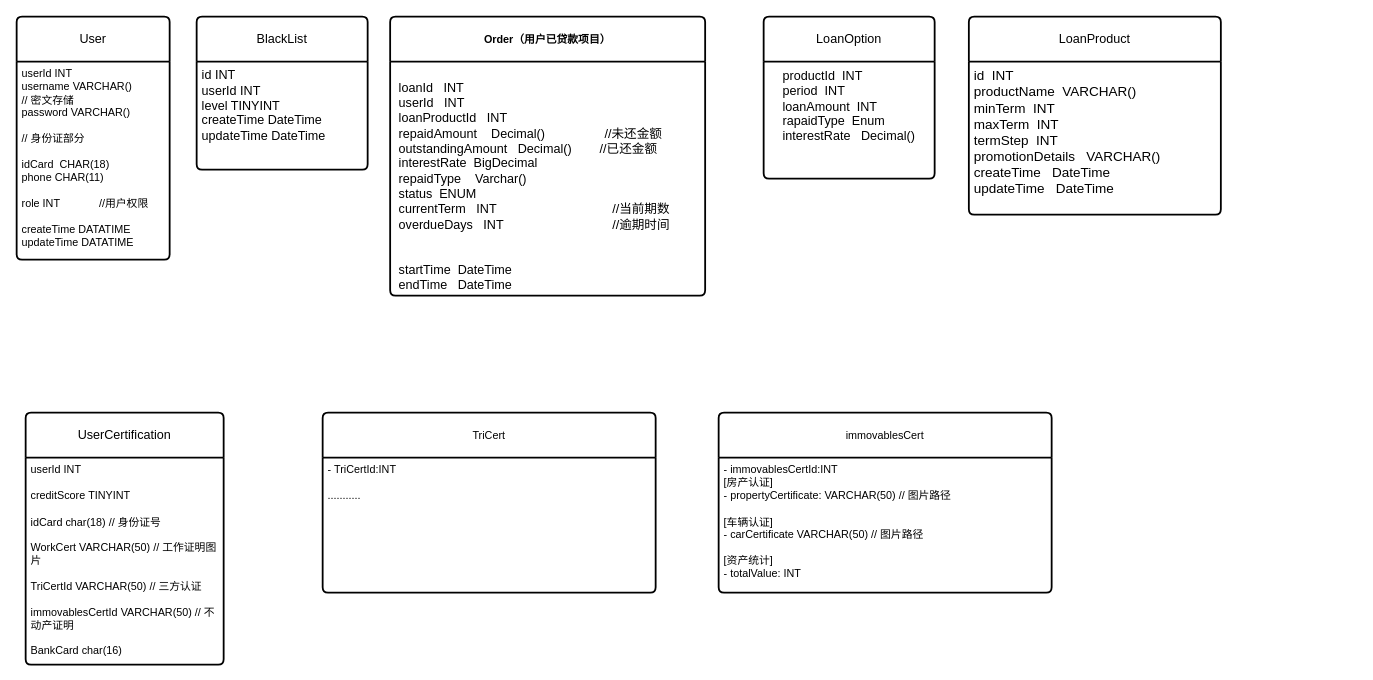
The draw.io diagram 需求分析/数据库图.drawio in syntheticfeather/Conpre_object, before the edit. Source tidied: cells renumbered, new cells numbered last; positions are measured from the earlier drawing's top-left corner, leaving out a move shared by most shapes. Both pictures are drawn from the tidied source at 90%, with x=0, y=0 at pixel (16, 16).
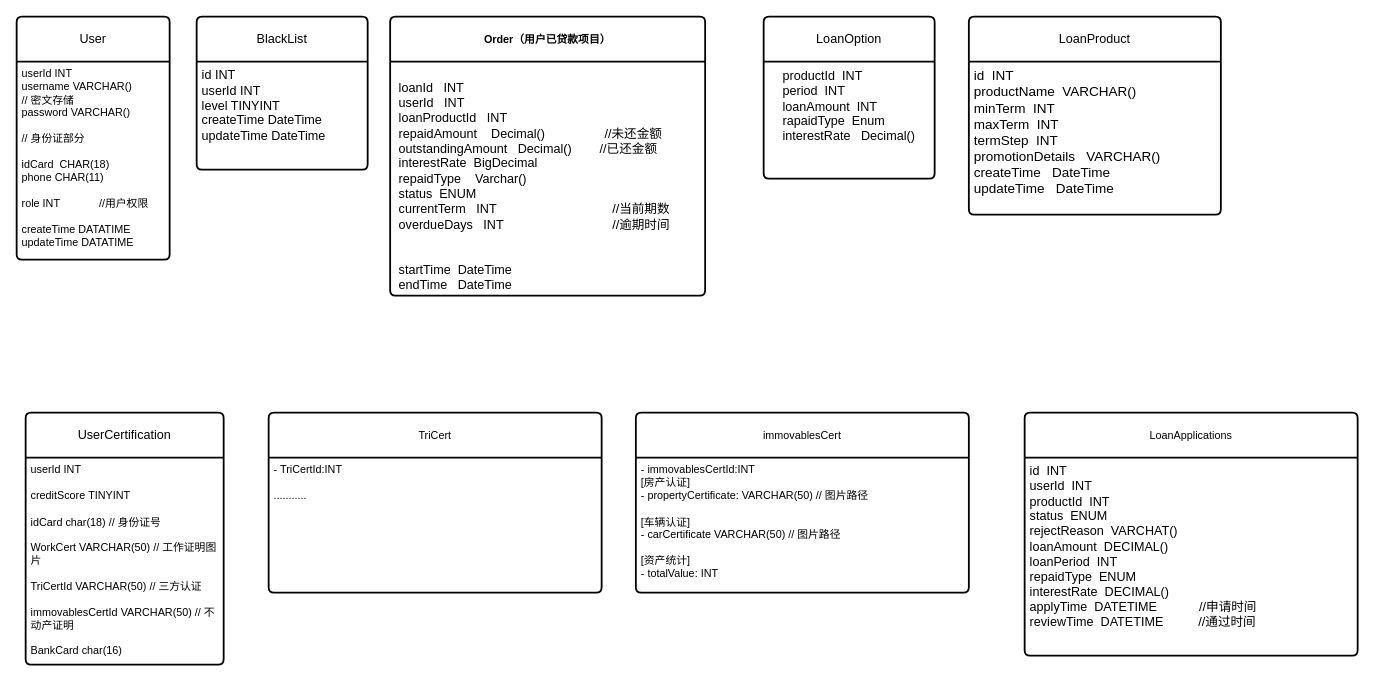
The same page after the edit.

The edit, as a diff of the source:
```diff
@@
 <mxGraphModel>
   <root>
     <mxCell id="0" />
     <mxCell id="1" parent="0" />
     <mxCell id="2" value="&lt;span style=&quot;font-size: 12px; font-weight: 700;&quot;&gt;Order（用户已贷款项目）&lt;/span&gt;" style="swimlane;horizontal=1;startSize=50;rounded=1;fontSize=14;fontStyle=0;strokeWidth=2;shadow=0;dashed=0;align=center;arcSize=4;whiteSpace=wrap;html=1;" parent="1" vertex="1">
       <mxGeometry x="415" width="350" height="310" as="geometry" />
     </mxCell>
     <mxCell id="3" value="&lt;br&gt;&lt;div&gt;&lt;div&gt;&lt;div&gt;&lt;font style=&quot;font-size: 14px;&quot;&gt;&amp;nbsp;loanId&amp;nbsp; &amp;nbsp;INT&lt;/font&gt;&lt;/div&gt;&lt;div&gt;&lt;font style=&quot;font-size: 14px;&quot;&gt;&amp;nbsp;userId&amp;nbsp; &amp;nbsp;INT&lt;/font&gt;&lt;/div&gt;&lt;div&gt;&lt;font style=&quot;font-size: 14px;&quot;&gt;&amp;nbsp;loanProductId&amp;nbsp; &amp;nbsp;INT&lt;/font&gt;&lt;/div&gt;&lt;div&gt;&lt;font style=&quot;font-size: 14px;&quot;&gt;&amp;nbsp;repaidAmount&amp;nbsp; &amp;nbsp; Decimal()&amp;nbsp; &amp;nbsp; &amp;nbsp; &amp;nbsp; &amp;nbsp; &amp;nbsp; &amp;nbsp; &amp;nbsp; &amp;nbsp;//未还金额&lt;/font&gt;&lt;/div&gt;&lt;div&gt;&lt;font style=&quot;font-size: 14px;&quot;&gt;&amp;nbsp;outstandingAmount&amp;nbsp; &amp;nbsp;Decimal()&amp;nbsp; &amp;nbsp; &amp;nbsp; &amp;nbsp; //已还金额&lt;/font&gt;&lt;/div&gt;&lt;div&gt;&lt;font style=&quot;font-size: 14px;&quot;&gt;&amp;nbsp;interestRate&amp;nbsp; BigDecimal&amp;nbsp;&amp;nbsp;&lt;/font&gt;&lt;/div&gt;&lt;div&gt;&lt;font style=&quot;font-size: 14px;&quot;&gt;&amp;nbsp;repaidType&amp;nbsp; &amp;nbsp; Varchar()&amp;nbsp; &amp;nbsp; &amp;nbsp; &amp;nbsp; &amp;nbsp; &amp;nbsp; &amp;nbsp; &amp;nbsp; &amp;nbsp; &amp;nbsp;&amp;nbsp;&lt;/font&gt;&lt;/div&gt;&lt;div&gt;&lt;font style=&quot;font-size: 14px;&quot;&gt;&amp;nbsp;status&amp;nbsp; ENUM&lt;/font&gt;&lt;/div&gt;&lt;/div&gt;&lt;div&gt;&lt;font style=&quot;font-size: 14px;&quot;&gt;&amp;nbsp;currentTerm&amp;nbsp; &amp;nbsp;INT&amp;nbsp; &amp;nbsp; &amp;nbsp; &amp;nbsp; &amp;nbsp; &amp;nbsp; &amp;nbsp; &amp;nbsp; &amp;nbsp; &amp;nbsp; &amp;nbsp; &amp;nbsp; &amp;nbsp; &amp;nbsp; &amp;nbsp; &amp;nbsp; &amp;nbsp;//当前期数&lt;/font&gt;&lt;/div&gt;&lt;div&gt;&lt;font style=&quot;font-size: 14px;&quot;&gt;&amp;nbsp;overdueDays&amp;nbsp; &amp;nbsp;INT&amp;nbsp; &amp;nbsp; &amp;nbsp; &amp;nbsp; &amp;nbsp; &amp;nbsp; &amp;nbsp; &amp;nbsp; &amp;nbsp; &amp;nbsp; &amp;nbsp; &amp;nbsp; &amp;nbsp; &amp;nbsp; &amp;nbsp; &amp;nbsp;//逾期时间&lt;/font&gt;&lt;/div&gt;&lt;div&gt;&lt;font style=&quot;font-size: 14px;&quot;&gt;&lt;br&gt;&lt;/font&gt;&lt;/div&gt;&lt;div&gt;&lt;font style=&quot;font-size: 14px;&quot;&gt;&lt;br&gt;&lt;/font&gt;&lt;/div&gt;&lt;div&gt;&lt;font style=&quot;font-size: 14px;&quot;&gt;&lt;div style=&quot;font-size: 12px;&quot;&gt;&lt;font style=&quot;font-size: 14px;&quot;&gt;&amp;nbsp;startTime&amp;nbsp; DateTime&lt;/font&gt;&lt;/div&gt;&lt;div style=&quot;font-size: 12px;&quot;&gt;&lt;font style=&quot;font-size: 14px;&quot;&gt;&amp;nbsp;endTime&amp;nbsp; &amp;nbsp;DateTime&lt;/font&gt;&lt;/div&gt;&lt;/font&gt;&lt;/div&gt;&lt;/div&gt;" style="align=left;strokeColor=none;fillColor=none;spacingLeft=4;spacingRight=4;fontSize=12;verticalAlign=top;html=1;whiteSpace=wrap;" parent="2" vertex="1">
       <mxGeometry y="50" width="350" height="260" as="geometry" />
     </mxCell>
     <mxCell id="4" value="LoanOption" style="swimlane;horizontal=1;startSize=50;rounded=1;fontSize=14;fontStyle=0;strokeWidth=2;shadow=0;dashed=0;align=center;arcSize=4;whiteSpace=wrap;html=1;" parent="1" vertex="1">
       <mxGeometry x="830" width="190" height="180" as="geometry" />
     </mxCell>
     <mxCell id="5" value="&lt;div style=&quot;text-align: left;&quot;&gt;&lt;font style=&quot;font-size: 14px;&quot;&gt;productId&amp;nbsp; INT&lt;/font&gt;&lt;/div&gt;&lt;div style=&quot;text-align: left;&quot;&gt;&lt;span style=&quot;background-color: transparent; color: light-dark(rgb(0, 0, 0), rgb(255, 255, 255));&quot;&gt;&lt;font style=&quot;font-size: 14px;&quot;&gt;period&amp;nbsp; INT&lt;/font&gt;&lt;/span&gt;&lt;/div&gt;&lt;div style=&quot;text-align: left;&quot;&gt;&lt;span style=&quot;font-size: 14px; background-color: transparent; color: light-dark(rgb(0, 0, 0), rgb(255, 255, 255));&quot;&gt;loanAmount&amp;nbsp; INT&lt;/span&gt;&lt;/div&gt;&lt;div style=&quot;text-align: left;&quot;&gt;&lt;div&gt;&lt;span style=&quot;background-color: transparent; color: light-dark(rgb(0, 0, 0), rgb(255, 255, 255));&quot;&gt;&lt;font style=&quot;font-size: 14px;&quot;&gt;rapaidType&amp;nbsp; Enum&amp;nbsp;&amp;nbsp;&lt;/font&gt;&lt;/span&gt;&lt;/div&gt;&lt;div&gt;&lt;div&gt;&lt;font style=&quot;font-size: 14px;&quot;&gt;interestRate&amp;nbsp; &amp;nbsp;Decimal()&lt;/font&gt;&lt;/div&gt;&lt;/div&gt;&lt;div&gt;&lt;font style=&quot;font-size: 14px;&quot;&gt;&lt;br&gt;&lt;/font&gt;&lt;/div&gt;&lt;div&gt;&lt;br&gt;&lt;/div&gt;&lt;/div&gt;" style="text;html=1;whiteSpace=wrap;strokeColor=none;fillColor=none;align=center;verticalAlign=middle;rounded=0;" parent="4" vertex="1">
       <mxGeometry y="50" width="190" height="130" as="geometry" />
     </mxCell>
     <mxCell id="6" value="User" style="swimlane;horizontal=1;startSize=50;rounded=1;fontSize=14;fontStyle=0;strokeWidth=2;shadow=0;dashed=0;align=center;arcSize=4;whiteSpace=wrap;html=1;" parent="1" vertex="1">
       <mxGeometry width="170" height="270" as="geometry" />
     </mxCell>
     <mxCell id="7" value="userId INT&lt;div&gt;username VARCHAR()&lt;/div&gt;&lt;div&gt;// 密文存储&lt;/div&gt;&lt;div&gt;password VARCHAR()&lt;/div&gt;&lt;div&gt;&lt;br&gt;&lt;/div&gt;&lt;div&gt;// 身份证部分&lt;/div&gt;&lt;div&gt;&lt;br&gt;&lt;/div&gt;&lt;div&gt;idCard&amp;nbsp; CHAR(18)&lt;/div&gt;&lt;div&gt;phone&amp;nbsp;CHAR(11)&lt;/div&gt;&lt;div&gt;&lt;br&gt;&lt;/div&gt;&lt;div&gt;role INT&amp;nbsp; &amp;nbsp; &amp;nbsp; &amp;nbsp; &amp;nbsp; &amp;nbsp; &amp;nbsp;//用户权限&lt;/div&gt;&lt;div&gt;&lt;br&gt;&lt;/div&gt;&lt;div&gt;createTime&amp;nbsp;DATATIME&lt;/div&gt;&lt;div&gt;updateTime&amp;nbsp;DATATIME&lt;/div&gt;&lt;div&gt;&lt;br&gt;&lt;/div&gt;" style="align=left;strokeColor=none;fillColor=none;spacingLeft=4;spacingRight=4;fontSize=12;verticalAlign=top;html=1;whiteSpace=wrap;" parent="6" vertex="1">
       <mxGeometry y="50" width="170" height="220" as="geometry" />
     </mxCell>
     <mxCell id="8" value="BlackList" style="swimlane;horizontal=1;startSize=50;rounded=1;fontSize=14;fontStyle=0;strokeWidth=2;shadow=0;dashed=0;align=center;arcSize=4;whiteSpace=wrap;html=1;" parent="1" vertex="1">
       <mxGeometry x="200" width="190" height="170" as="geometry" />
     </mxCell>
     <mxCell id="9" value="&lt;font style=&quot;font-size: 14px;&quot;&gt;id INT&lt;/font&gt;&lt;div&gt;&lt;span style=&quot;font-size: 14px;&quot;&gt;userId INT&lt;br&gt;&lt;/span&gt;&lt;div&gt;&lt;font style=&quot;font-size: 14px;&quot;&gt;level TINYINT&lt;/font&gt;&lt;/div&gt;&lt;div&gt;&lt;font style=&quot;font-size: 14px;&quot;&gt;createTime DateTime&lt;/font&gt;&lt;/div&gt;&lt;div&gt;&lt;font style=&quot;font-size: 14px;&quot;&gt;updateTime DateTime&lt;/font&gt;&lt;/div&gt;&lt;/div&gt;" style="align=left;strokeColor=none;fillColor=none;spacingLeft=4;spacingRight=4;fontSize=12;verticalAlign=top;html=1;whiteSpace=wrap;" parent="8" vertex="1">
       <mxGeometry y="50" width="190" height="120" as="geometry" />
     </mxCell>
     <mxCell id="10" value="UserCertification" style="swimlane;horizontal=1;startSize=50;rounded=1;fontSize=14;fontStyle=0;strokeWidth=2;shadow=0;dashed=0;align=center;arcSize=4;whiteSpace=wrap;html=1;" parent="1" vertex="1">
       <mxGeometry x="10" y="440" width="220" height="280" as="geometry" />
     </mxCell>
     <mxCell id="11" value="&lt;div&gt;userId INT&lt;/div&gt;&lt;div&gt;&lt;br&gt;&lt;/div&gt;&lt;div&gt;creditScore&amp;nbsp;TINYINT&lt;/div&gt;&lt;div&gt;&lt;br&gt;&lt;/div&gt;idCard char(18) // 身份证号&lt;div&gt;&lt;br&gt;&lt;/div&gt;&lt;div&gt;WorkCert VARCHAR(50) // 工作证明图片&lt;/div&gt;&lt;div&gt;&lt;br&gt;&lt;/div&gt;&lt;div&gt;TriCertId VARCHAR(50) // 三方认证&lt;/div&gt;&lt;div&gt;&lt;br&gt;&lt;/div&gt;&lt;div&gt;immovablesCertId VARCHAR(50) // 不动产证明&lt;/div&gt;&lt;div&gt;&lt;br&gt;&lt;/div&gt;&lt;div&gt;BankCard char(16)&lt;/div&gt;" style="align=left;strokeColor=none;fillColor=none;spacingLeft=4;spacingRight=4;fontSize=12;verticalAlign=top;html=1;whiteSpace=wrap;" parent="10" vertex="1">
       <mxGeometry y="50" width="220" height="230" as="geometry" />
     </mxCell>
     <mxCell id="12" value="&lt;span style=&quot;font-size: 12px; text-align: left;&quot;&gt;immovablesCert&lt;/span&gt;" style="swimlane;horizontal=1;startSize=50;rounded=1;fontSize=14;fontStyle=0;strokeWidth=2;shadow=0;dashed=0;align=center;arcSize=4;whiteSpace=wrap;html=1;" parent="1" vertex="1">
-      <mxGeometry x="780" y="440" width="370" height="200" as="geometry" />
+      <mxGeometry x="688" y="440" width="370" height="200" as="geometry" />
     </mxCell>
     <mxCell id="13" value="&lt;div&gt;- immovablesCertId:INT&lt;/div&gt;&lt;div&gt;[房产认证]&lt;/div&gt;&lt;div&gt;- propertyCertificate: VARCHAR(50) // 图片路径&lt;/div&gt;&lt;div&gt;&lt;div&gt;&lt;br&gt;&lt;/div&gt;&lt;div&gt;[车辆认证]&lt;/div&gt;&lt;div&gt;- carCertificate VARCHAR(50) // 图片路径&lt;/div&gt;&lt;div&gt;&lt;br&gt;&lt;/div&gt;&lt;div&gt;[资产统计]&lt;/div&gt;&lt;div&gt;- totalValue: INT&lt;/div&gt;&lt;/div&gt;" style="align=left;strokeColor=none;fillColor=none;spacingLeft=4;spacingRight=4;fontSize=12;verticalAlign=top;html=1;whiteSpace=wrap;" parent="12" vertex="1">
       <mxGeometry y="50" width="370" height="150" as="geometry" />
     </mxCell>
     <mxCell id="14" value="&lt;span style=&quot;font-size: 12px; text-align: left;&quot;&gt;TriCert&lt;/span&gt;" style="swimlane;horizontal=1;startSize=50;rounded=1;fontSize=14;fontStyle=0;strokeWidth=2;shadow=0;dashed=0;align=center;arcSize=4;whiteSpace=wrap;html=1;" parent="1" vertex="1">
-      <mxGeometry x="340" y="440" width="370" height="200" as="geometry" />
+      <mxGeometry x="280" y="440" width="370" height="200" as="geometry" />
     </mxCell>
     <mxCell id="15" value="&lt;div&gt;- TriCertId:INT&lt;/div&gt;&lt;div&gt;&lt;br&gt;&lt;/div&gt;&lt;div&gt;...........&lt;/div&gt;" style="align=left;strokeColor=none;fillColor=none;spacingLeft=4;spacingRight=4;fontSize=12;verticalAlign=top;html=1;whiteSpace=wrap;" parent="14" vertex="1">
       <mxGeometry y="50" width="370" height="150" as="geometry" />
     </mxCell>
     <mxCell id="16" value="LoanProduct" style="swimlane;horizontal=1;startSize=50;rounded=1;fontSize=14;fontStyle=0;strokeWidth=2;shadow=0;dashed=0;align=center;arcSize=4;whiteSpace=wrap;html=1;" parent="1" vertex="1">
       <mxGeometry x="1058" width="280" height="220" as="geometry" />
     </mxCell>
     <mxCell id="17" value="&lt;font style=&quot;font-size: 15px;&quot;&gt;id&amp;nbsp; INT&lt;/font&gt;&lt;div&gt;&lt;font style=&quot;font-size: 15px;&quot;&gt;productName&amp;nbsp; VARCHAR()&lt;/font&gt;&lt;/div&gt;&lt;div&gt;&lt;font style=&quot;font-size: 15px;&quot;&gt;minTerm&amp;nbsp; INT&lt;/font&gt;&lt;/div&gt;&lt;div&gt;&lt;font style=&quot;font-size: 15px;&quot;&gt;maxTerm&amp;nbsp; INT&lt;/font&gt;&lt;/div&gt;&lt;div&gt;&lt;font style=&quot;font-size: 15px;&quot;&gt;termStep&amp;nbsp; INT&lt;/font&gt;&lt;/div&gt;&lt;div&gt;&lt;font style=&quot;font-size: 15px;&quot;&gt;promotionDetails&amp;nbsp; &amp;nbsp;VARCHAR()&lt;/font&gt;&lt;/div&gt;&lt;div&gt;&lt;span style=&quot;font-size: 15px; background-color: transparent; color: light-dark(rgb(0, 0, 0), rgb(255, 255, 255));&quot;&gt;createTime&amp;nbsp; &amp;nbsp;DateTime&lt;/span&gt;&lt;/div&gt;&lt;div&gt;&lt;font style=&quot;font-size: 15px;&quot;&gt;updateTime&amp;nbsp; &amp;nbsp;DateTime&lt;/font&gt;&lt;/div&gt;" style="align=left;strokeColor=none;fillColor=none;spacingLeft=4;spacingRight=4;fontSize=12;verticalAlign=top;html=1;whiteSpace=wrap;" parent="16" vertex="1">
       <mxGeometry y="50" width="280" height="170" as="geometry" />
     </mxCell>
+    <mxCell id="18" value="&lt;span style=&quot;font-size: 12px; text-align: left;&quot;&gt;LoanApplications&lt;/span&gt;" style="swimlane;horizontal=1;startSize=50;rounded=1;fontSize=14;fontStyle=0;strokeWidth=2;shadow=0;dashed=0;align=center;arcSize=4;whiteSpace=wrap;html=1;" parent="1" vertex="1">
+      <mxGeometry x="1120" y="440" width="370" height="270" as="geometry" />
+    </mxCell>
+    <mxCell id="19" value="&lt;font style=&quot;font-size: 14px;&quot;&gt;id&amp;nbsp; INT&lt;/font&gt;&lt;div&gt;&lt;font style=&quot;font-size: 14px;&quot;&gt;userId&amp;nbsp; INT&lt;/font&gt;&lt;/div&gt;&lt;div&gt;&lt;font style=&quot;font-size: 14px;&quot;&gt;productId&amp;nbsp; INT&lt;/font&gt;&lt;/div&gt;&lt;div&gt;&lt;font style=&quot;font-size: 14px;&quot;&gt;status&amp;nbsp; ENUM&lt;/font&gt;&lt;/div&gt;&lt;div&gt;&lt;font style=&quot;font-size: 14px;&quot;&gt;rejectReason&amp;nbsp; VARCHAT()&lt;/font&gt;&lt;/div&gt;&lt;div&gt;&lt;font style=&quot;font-size: 14px;&quot;&gt;loanAmount&amp;nbsp; DECIMAL()&lt;/font&gt;&lt;/div&gt;&lt;div&gt;&lt;font style=&quot;font-size: 14px;&quot;&gt;loanPeriod&amp;nbsp; INT&lt;/font&gt;&lt;/div&gt;&lt;div&gt;&lt;font style=&quot;font-size: 14px;&quot;&gt;repaidType&amp;nbsp; ENUM&lt;/font&gt;&lt;/div&gt;&lt;div&gt;&lt;font style=&quot;font-size: 14px;&quot;&gt;interestRate&amp;nbsp; DECIMAL()&lt;/font&gt;&lt;/div&gt;&lt;div&gt;&lt;font style=&quot;font-size: 14px;&quot;&gt;applyTime&amp;nbsp; DATETIME&amp;nbsp; &amp;nbsp; &amp;nbsp; &amp;nbsp; &amp;nbsp; &amp;nbsp; //申请时间&lt;/font&gt;&lt;/div&gt;&lt;div&gt;&lt;font style=&quot;font-size: 14px;&quot;&gt;reviewTime&amp;nbsp; DATETIME&amp;nbsp; &amp;nbsp; &amp;nbsp; &amp;nbsp; &amp;nbsp; //通过时间&lt;/font&gt;&lt;/div&gt;" style="align=left;strokeColor=none;fillColor=none;spacingLeft=4;spacingRight=4;fontSize=12;verticalAlign=top;html=1;whiteSpace=wrap;" parent="18" vertex="1">
+      <mxGeometry y="50" width="370" height="220" as="geometry" />
+    </mxCell>
   </root>
 </mxGraphModel>
```
